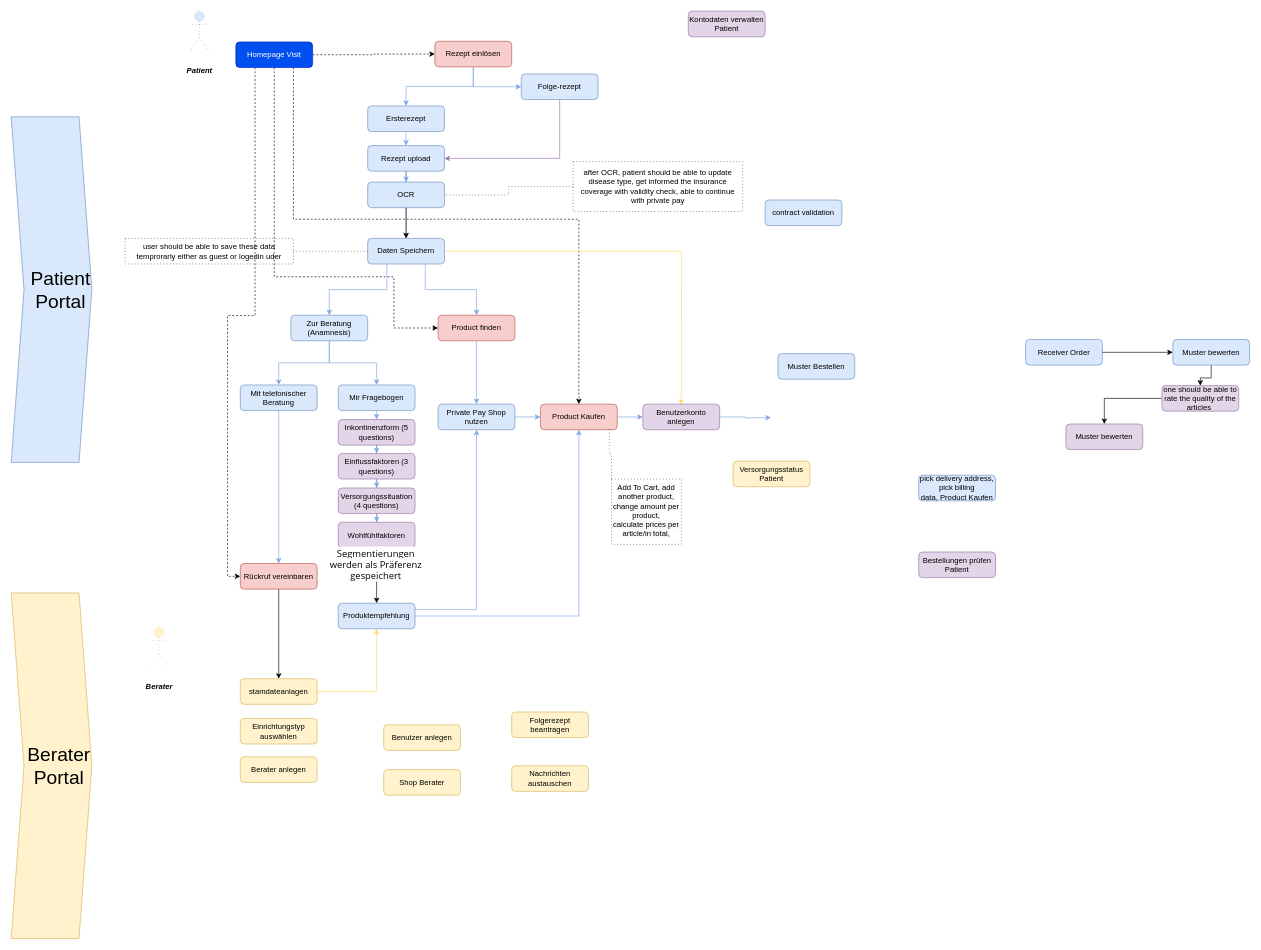
Fredabb/MediMark-roadmap keeps this draw.io diagram as page "Overview" (1 of 3) of Untitled Diagram.drawio. Above is the earlier version. Source tidied: cells renumbered, new cells numbered last; positions are measured from the earlier drawing's top-left corner, leaving out a move shared by most shapes. Both pictures are drawn from the tidied source at 64%, with x=0, y=0 at pixel (11, 11).
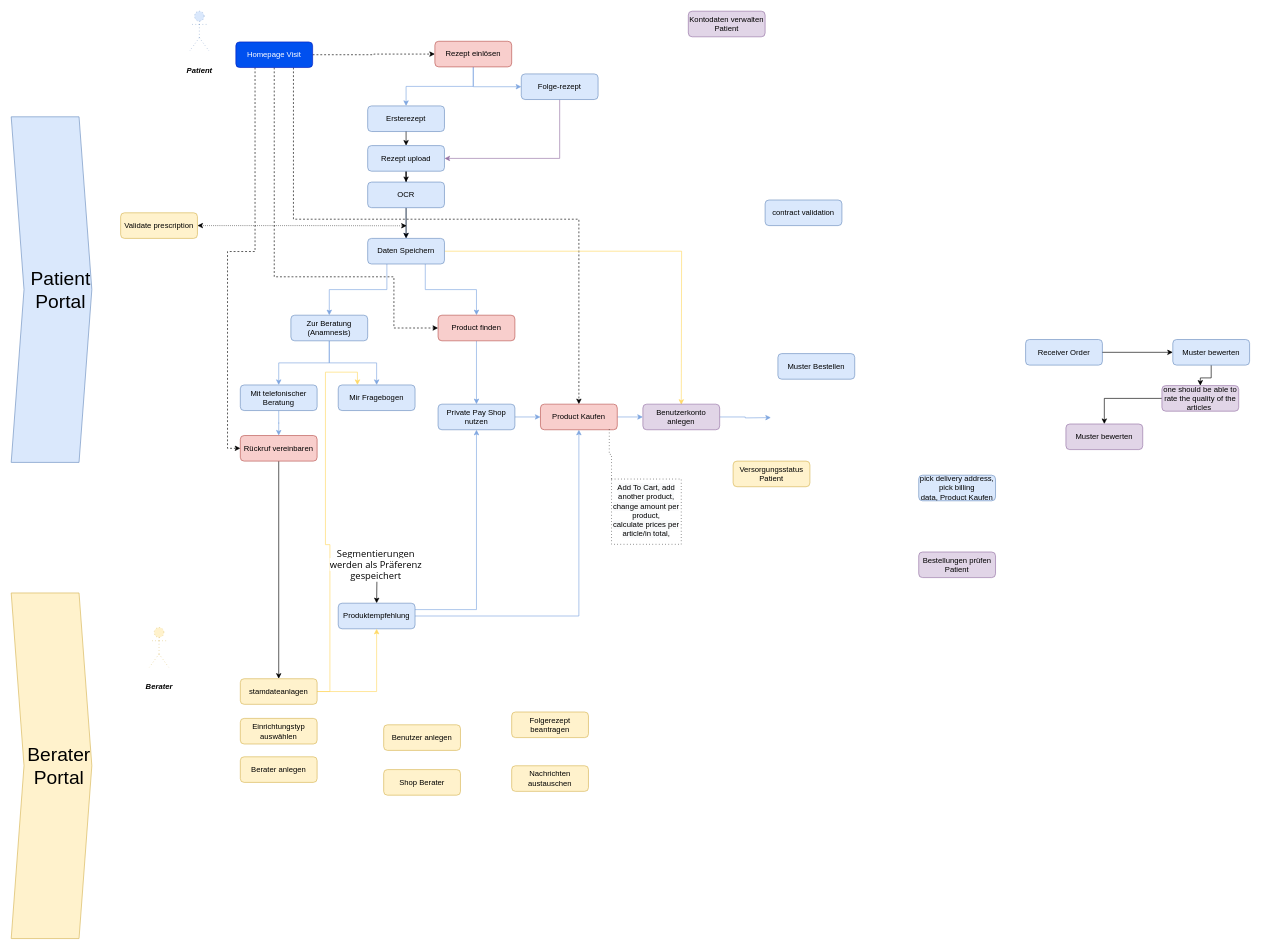
The same page after the edit.

The change refers to these unchanged cells:
```xml
<mxCell id="13" value="Mir Fragebogen" style="rounded=1;whiteSpace=wrap;html=1;fontSize=12;glass=0;strokeWidth=1;shadow=0;fillColor=#dae8fc;strokeColor=#6c8ebf;" parent="1" vertex="1">
  <mxGeometry x="511" y="584" width="120" height="40" as="geometry" />
</mxCell>
<mxCell id="24" value="Produktempfehlung" style="rounded=1;whiteSpace=wrap;html=1;fontSize=12;glass=0;strokeWidth=1;shadow=0;fillColor=#dae8fc;strokeColor=#6c8ebf;" parent="1" vertex="1">
  <mxGeometry x="511" y="925" width="120" height="40" as="geometry" />
</mxCell>
<mxCell id="25" value="Ersterezept" style="rounded=1;whiteSpace=wrap;html=1;fontSize=12;glass=0;strokeWidth=1;shadow=0;fillColor=#dae8fc;strokeColor=#6c8ebf;" parent="1" vertex="1">
  <mxGeometry x="557" y="148" width="120" height="40" as="geometry" />
</mxCell>
<mxCell id="27" value="Rezept upload" style="rounded=1;whiteSpace=wrap;html=1;fontSize=12;glass=0;strokeWidth=1;shadow=0;fillColor=#dae8fc;strokeColor=#6c8ebf;" parent="1" vertex="1">
  <mxGeometry x="557" y="210" width="120" height="40" as="geometry" />
</mxCell>
<mxCell id="30" value="OCR" style="rounded=1;whiteSpace=wrap;html=1;fontSize=12;glass=0;strokeWidth=1;shadow=0;fillColor=#dae8fc;strokeColor=#6c8ebf;" parent="1" vertex="1">
  <mxGeometry x="557" y="267" width="120" height="40" as="geometry" />
</mxCell>
<mxCell id="34" value="Daten Speichern" style="rounded=1;whiteSpace=wrap;html=1;fontSize=12;glass=0;strokeWidth=1;shadow=0;fillColor=#dae8fc;strokeColor=#6c8ebf;" parent="1" vertex="1">
  <mxGeometry x="557" y="355" width="120" height="40" as="geometry" />
</mxCell>
<mxCell id="42" value="stamdateanlagen" style="rounded=1;whiteSpace=wrap;html=1;fontSize=12;glass=0;strokeWidth=1;shadow=0;fillColor=#fff2cc;strokeColor=#d6b656;" parent="1" vertex="1">
  <mxGeometry x="358" y="1043" width="120" height="40" as="geometry" />
</mxCell>
```

Change to the diagram source:
```diff
@@
-    <mxCell id="12" style="edgeStyle=orthogonalEdgeStyle;rounded=0;jettySize=auto;html=1;exitX=0.5;exitY=1;exitDx=0;exitDy=0;entryX=0.5;entryY=0;entryDx=0;entryDy=0;strokeColor=#7EA6E0;" parent="1" edge="1" source="13" target="15">
-      <mxGeometry relative="1" as="geometry" />
-    </mxCell>
@@
-    <mxCell id="14" style="edgeStyle=orthogonalEdgeStyle;rounded=0;jettySize=auto;html=1;strokeColor=#7EA6E0;" parent="1" edge="1" source="15" target="17">
-      <mxGeometry relative="1" as="geometry" />
-    </mxCell>
-    <mxCell id="15" value="Inkontinenzform (5 questions)" style="rounded=1;whiteSpace=wrap;html=1;fontSize=12;glass=0;strokeWidth=1;shadow=0;fillColor=#e1d5e7;strokeColor=#9673a6;" parent="1" vertex="1">
-      <mxGeometry x="511" y="638" width="120" height="40" as="geometry" />
-    </mxCell>
-    <mxCell id="16" style="edgeStyle=orthogonalEdgeStyle;rounded=0;jettySize=auto;html=1;strokeColor=#7EA6E0;" parent="1" edge="1" source="17" target="19">
-      <mxGeometry relative="1" as="geometry" />
-    </mxCell>
-    <mxCell id="17" value="Einflussfaktoren (3 questions)" style="rounded=1;whiteSpace=wrap;html=1;fontSize=12;glass=0;strokeWidth=1;shadow=0;fillColor=#e1d5e7;strokeColor=#9673a6;" parent="1" vertex="1">
-      <mxGeometry x="511" y="691" width="120" height="40" as="geometry" />
-    </mxCell>
-    <mxCell id="18" style="edgeStyle=orthogonalEdgeStyle;rounded=0;jettySize=auto;html=1;strokeColor=#7EA6E0;" parent="1" edge="1" source="19" target="21">
-      <mxGeometry relative="1" as="geometry" />
-    </mxCell>
-    <mxCell id="19" value="Versorgungssituation (4 questions)" style="rounded=1;whiteSpace=wrap;html=1;fontSize=12;glass=0;strokeWidth=1;shadow=0;fillColor=#e1d5e7;strokeColor=#9673a6;" parent="1" vertex="1">
-      <mxGeometry x="511" y="745" width="120" height="40" as="geometry" />
-    </mxCell>
-    <mxCell id="20" style="edgeStyle=orthogonalEdgeStyle;rounded=0;jettySize=auto;html=1;exitX=0.5;exitY=1;exitDx=0;exitDy=0;entryX=0.5;entryY=0;entryDx=0;entryDy=0;strokeColor=#000000;" parent="1" edge="1" source="21" target="24">
-      <mxGeometry relative="1" as="geometry" />
+    <mxCell id="20" style="edgeStyle=orthogonalEdgeStyle;rounded=0;jettySize=auto;html=1;exitX=0.5;exitY=1;exitDx=0;exitDy=0;entryX=0.5;entryY=0;entryDx=0;entryDy=0;strokeColor=#000000;" parent="1" edge="1" target="24">
+      <mxGeometry relative="1" as="geometry">
+        <mxPoint x="571" y="838.5" as="sourcePoint" />
+      </mxGeometry>
     </mxCell>
-    <mxCell id="21" value="Wohlfühlfaktoren" style="rounded=1;whiteSpace=wrap;html=1;fontSize=12;glass=0;strokeWidth=1;shadow=0;fillColor=#e1d5e7;strokeColor=#9673a6;" parent="1" vertex="1">
-      <mxGeometry x="511" y="798.5" width="120" height="40" as="geometry" />
-    </mxCell>
@@
-    <mxCell id="26" style="edgeStyle=orthogonalEdgeStyle;rounded=0;jettySize=auto;html=1;strokeColor=#7EA6E0;" parent="1" edge="1" source="27" target="30">
+    <mxCell id="26" style="edgeStyle=orthogonalEdgeStyle;rounded=0;jettySize=auto;html=1;" parent="1" edge="1" source="27" target="30">
       <mxGeometry relative="1" as="geometry" />
     </mxCell>
@@
-    <mxCell id="35" style="endArrow=classic;html=1;exitX=0.5;exitY=1;exitDx=0;exitDy=0;entryX=0.5;entryY=0;entryDx=0;entryDy=0;strokeColor=#7EA6E0;" parent="1" edge="1" source="25" target="27">
+    <mxCell id="35" style="endArrow=classic;html=1;exitX=0.5;exitY=1;exitDx=0;exitDy=0;entryX=0.5;entryY=0;entryDx=0;entryDy=0;" parent="1" edge="1" source="25" target="27">
       <mxGeometry relative="1" as="geometry" />
     </mxCell>
@@
+    <mxCell id="83" style="edgeStyle=orthogonalEdgeStyle;rounded=0;jettySize=auto;html=1;exitX=1;exitY=0.5;exitDx=0;exitDy=0;entryX=0.25;entryY=0;entryDx=0;entryDy=0;strokeColor=#FFD966;" parent="1" edge="1" source="42" target="13">
+      <mxGeometry relative="1" as="geometry" />
+    </mxCell>
@@
     <mxCell id="52" value="Rückruf vereinbaren" style="rounded=1;whiteSpace=wrap;html=1;fillColor=#f8cecc;strokeColor=#b85450;" parent="1" vertex="1">
-      <mxGeometry x="358" y="863" width="120" height="40" as="geometry" />
+      <mxGeometry x="358" y="663" width="120" height="40" as="geometry" />
     </mxCell>
@@
-    <mxCell id="79" style="edgeStyle=orthogonalEdgeStyle;rounded=0;jettySize=auto;html=1;exitX=0;exitY=0.5;exitDx=0;exitDy=0;entryX=1;entryY=0.5;entryDx=0;entryDy=0;dashed=1;dashPattern=1 4;endArrow=none;endFill=0;" parent="1" edge="1" source="80" target="30">
-      <mxGeometry relative="1" as="geometry" />
-    </mxCell>
-    <mxCell id="80" value="after OCR, patient should be able to update disease type, get informed the insurance coverage with validity check, able to continue with private pay" style="text;html=1;fillColor=none;align=center;verticalAlign=middle;whiteSpace=wrap;rounded=0;dashed=1;dashPattern=1 4;strokeColor=#000000;" parent="1" vertex="1">
-      <mxGeometry x="878" y="235" width="265" height="78" as="geometry" />
-    </mxCell>
-    <mxCell id="81" style="edgeStyle=orthogonalEdgeStyle;rounded=0;jettySize=auto;html=1;exitX=1;exitY=0.5;exitDx=0;exitDy=0;entryX=0;entryY=0.5;entryDx=0;entryDy=0;dashed=1;dashPattern=1 4;strokeColor=#000000;endArrow=none;endFill=0;" parent="1" edge="1" source="82" target="34">
-      <mxGeometry relative="1" as="geometry" />
-    </mxCell>
-    <mxCell id="82" value="user should be able to save these data temprorarly either as guest or logedin uder" style="text;html=1;fillColor=none;align=center;verticalAlign=middle;whiteSpace=wrap;rounded=0;strokeColor=#000000;dashed=1;dashPattern=1 4;" parent="1" vertex="1">
-      <mxGeometry x="178" y="355" width="263" height="40" as="geometry" />
-    </mxCell>
+    <mxCell id="84" style="edgeStyle=orthogonalEdgeStyle;rounded=0;jettySize=auto;html=1;exitX=1;exitY=0.5;exitDx=0;exitDy=0;startArrow=classic;startFill=1;dashed=1;dashPattern=1 2;" parent="1" edge="1" source="85">
+      <mxGeometry relative="1" as="geometry">
+        <mxPoint x="618" y="335.3" as="targetPoint" />
+      </mxGeometry>
+    </mxCell>
+    <mxCell id="85" value="Validate prescription" style="rounded=1;whiteSpace=wrap;html=1;fontSize=12;glass=0;strokeWidth=1;shadow=0;fillColor=#fff2cc;strokeColor=#d6b656;" parent="1" vertex="1">
+      <mxGeometry x="171" y="315" width="120" height="40" as="geometry" />
+    </mxCell>
```
